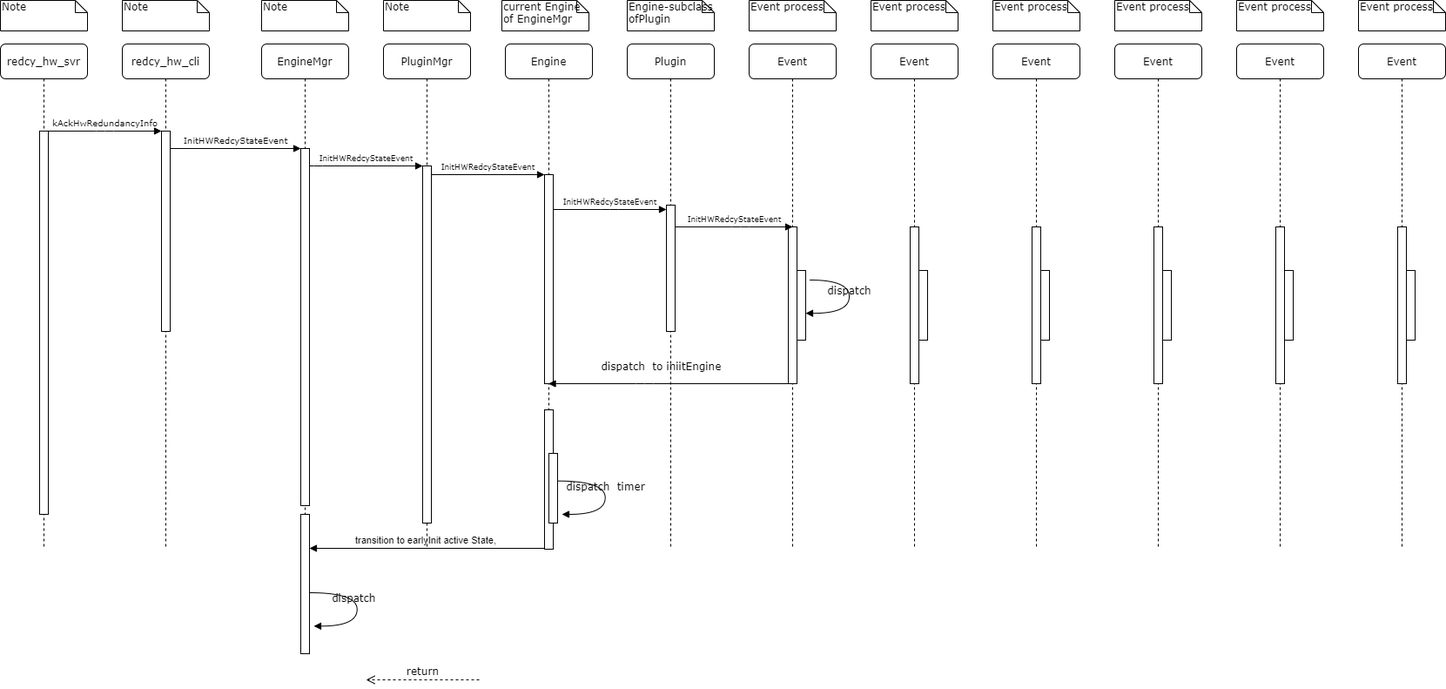
This is UML/StartActiveRedundancy.png from Steve888888/FN-Redundancy, a draw.io export, as it was before one commit. Source tidied: cells renumbered, new cells last; positions are measured from the earlier drawing's top-left corner, leaving out a move shared by most shapes.
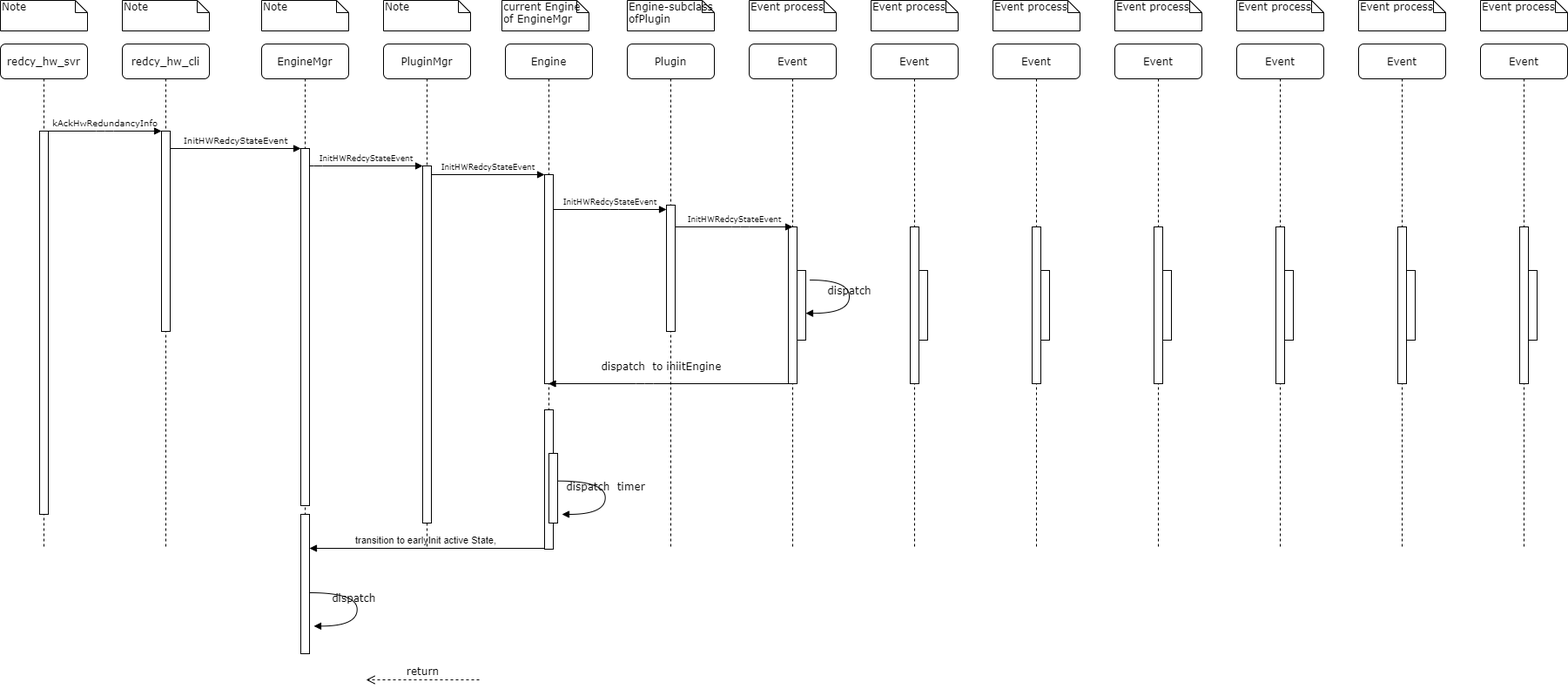
The same file after the commit.

The edit, as a diff of the source:
```diff
@@ -222,5 +222,17 @@
     <mxCell id="58" style="html=1;perimeter=orthogonalPerimeter;" parent="56" vertex="1">
       <mxGeometry x="55" y="260" width="10" height="80" as="geometry" />
     </mxCell>
+    <mxCell id="59" value="Event process" style="shape=note;whiteSpace=wrap;html=1;size=14;verticalAlign=top;align=left;spacingTop=-6;rounded=0;shadow=0;comic=0;labelBackgroundColor=none;strokeWidth=1;fontFamily=Verdana;fontSize=12;" parent="1" vertex="1">
+      <mxGeometry x="1700" width="100" height="35" as="geometry" />
+    </mxCell>
+    <mxCell id="60" value="Event" style="shape=umlLifeline;perimeter=lifelinePerimeter;whiteSpace=wrap;html=1;rounded=1;shadow=0;comic=0;labelBackgroundColor=none;strokeWidth=1;fontFamily=Verdana;fontSize=12;align=center;" parent="1" vertex="1">
+      <mxGeometry x="1700" y="50" width="100" height="580" as="geometry" />
+    </mxCell>
+    <mxCell id="61" style="html=1;perimeter=orthogonalPerimeter;rounded=0;shadow=0;comic=0;labelBackgroundColor=none;strokeColor=#000000;strokeWidth=1;fillColor=#FFFFFF;fontFamily=Verdana;fontSize=12;fontColor=#000000;align=center;" parent="60" vertex="1">
+      <mxGeometry x="45" y="210" width="10" height="180" as="geometry" />
+    </mxCell>
+    <mxCell id="62" style="html=1;perimeter=orthogonalPerimeter;" parent="60" vertex="1">
+      <mxGeometry x="55" y="260" width="10" height="80" as="geometry" />
+    </mxCell>
   </root>
 </mxGraphModel>
```
